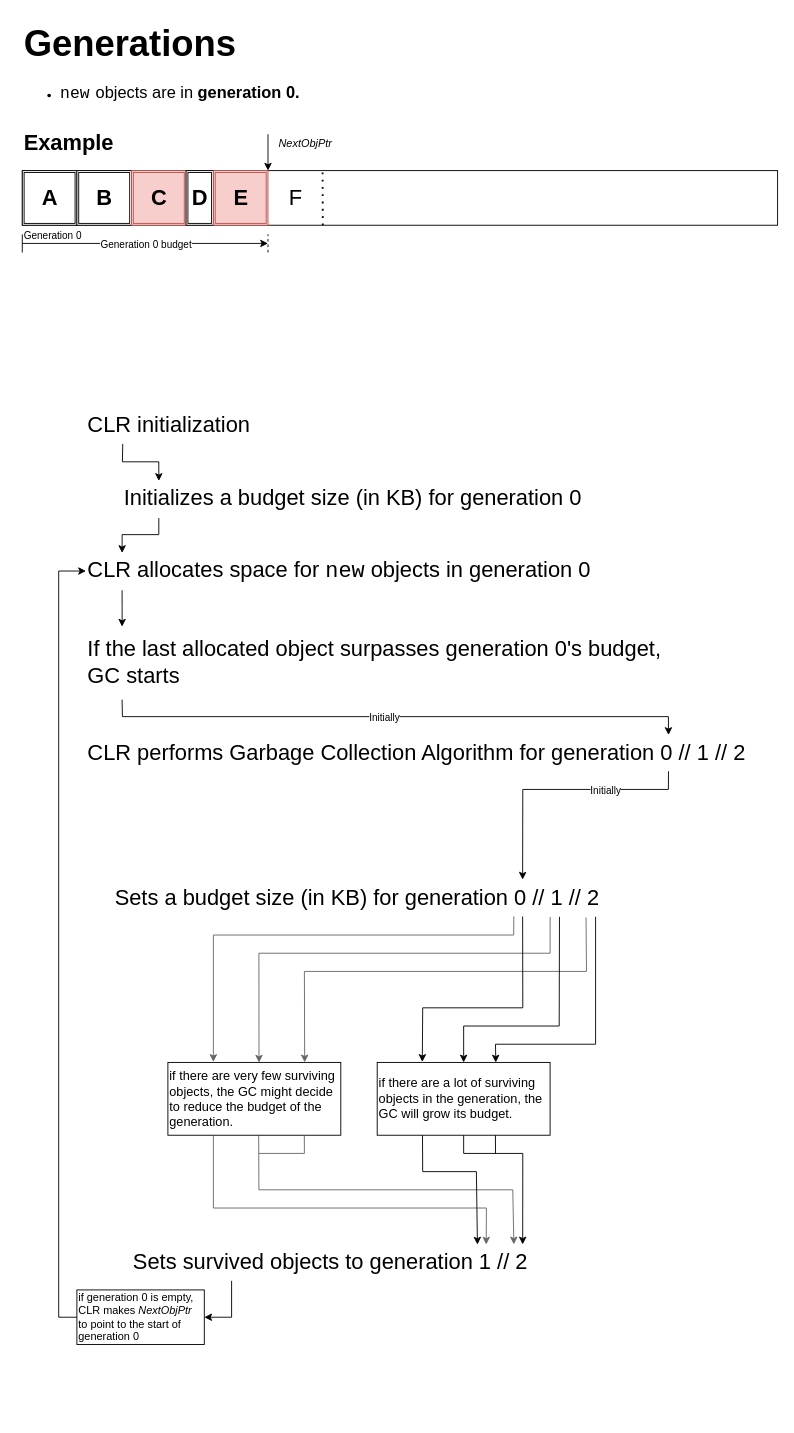
The draw.io diagram GarbageCollectionBasics/Garbage_Colletor_Generations.drawio in Aren-Step/CSharpBasics, before the edit. Source tidied: cells renumbered, new cells numbered last; positions are measured from the earlier drawing's top-left corner, leaving out a move shared by most shapes. Both pictures are drawn from the tidied source at 91%, with x=0, y=0 at pixel (22, 15).
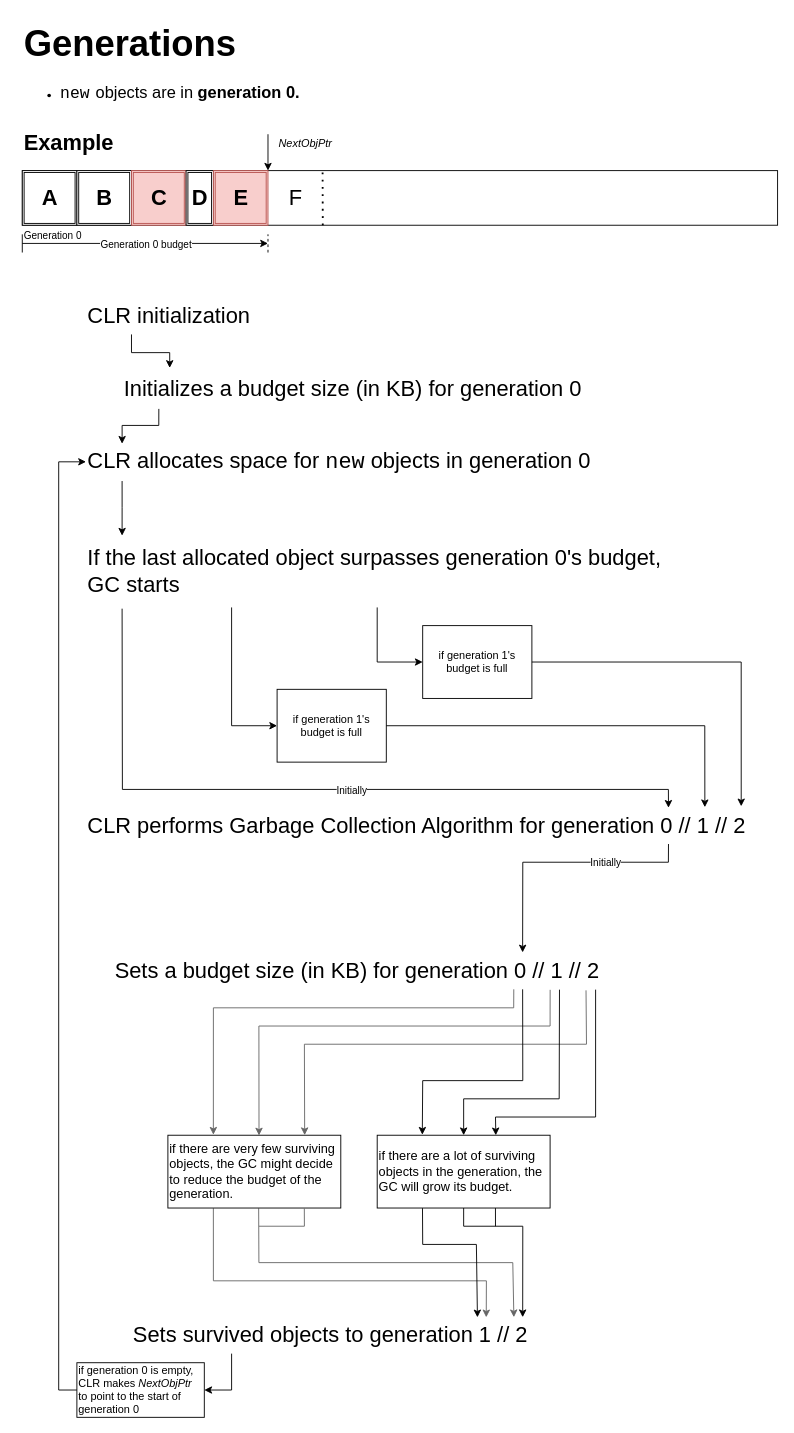
The same page after the edit.

Commit message:
completed garbage collection generations design

The edit, as a diff of the source:
```diff
@@
     <mxCell id="2" style="endArrow=classic;html=1;rounded=0;exitX=0.263;exitY=1.003;exitDx=0;exitDy=0;exitPerimeter=0;fillColor=#f5f5f5;strokeColor=#666666;entryX=0.886;entryY=0.003;entryDx=0;entryDy=0;entryPerimeter=0;" parent="1" edge="1" source="37" target="35">
       <mxGeometry relative="1" as="geometry">
         <Array as="points">
-          <mxPoint x="210" y="1310" />
-          <mxPoint x="510" y="1310" />
+          <mxPoint x="210" y="1390" />
+          <mxPoint x="510" y="1390" />
         </Array>
       </mxGeometry>
     </mxCell>
     <mxCell id="3" style="endArrow=classic;html=1;rounded=0;exitX=0.525;exitY=1.004;exitDx=0;exitDy=0;exitPerimeter=0;entryX=0.955;entryY=0;entryDx=0;entryDy=0;entryPerimeter=0;fillColor=#f5f5f5;strokeColor=#666666;" parent="1" edge="1" source="37" target="35">
       <mxGeometry relative="1" as="geometry">
         <Array as="points">
-          <mxPoint x="260" y="1290" />
-          <mxPoint x="539" y="1290" />
+          <mxPoint x="260" y="1370" />
+          <mxPoint x="539" y="1370" />
         </Array>
       </mxGeometry>
     </mxCell>
     <mxCell id="4" style="endArrow=classic;html=1;rounded=0;entryX=0.791;entryY=-0.001;entryDx=0;entryDy=0;entryPerimeter=0;exitX=0.962;exitY=1.02;exitDx=0;exitDy=0;exitPerimeter=0;fillColor=#f5f5f5;strokeColor=#666666;" parent="1" edge="1" source="30" target="37">
       <mxGeometry relative="1" as="geometry">
         <Array as="points">
-          <mxPoint x="620" y="1050" />
-          <mxPoint x="310" y="1050" />
+          <mxPoint x="620" y="1130" />
+          <mxPoint x="310" y="1130" />
         </Array>
       </mxGeometry>
     </mxCell>
     <mxCell id="5" style="endArrow=classic;html=1;rounded=0;entryX=0.527;entryY=0.003;entryDx=0;entryDy=0;entryPerimeter=0;exitX=0.889;exitY=1.006;exitDx=0;exitDy=0;exitPerimeter=0;fillColor=#f5f5f5;strokeColor=#666666;" parent="1" edge="1" source="30" target="37">
       <mxGeometry relative="1" as="geometry">
         <Array as="points">
-          <mxPoint x="580" y="1030" />
-          <mxPoint x="260" y="1030" />
+          <mxPoint x="580" y="1110" />
+          <mxPoint x="260" y="1110" />
         </Array>
       </mxGeometry>
     </mxCell>
@@
     <mxCell id="29" value="CLR initialization" style="text;strokeColor=none;fillColor=none;html=1;fontSize=24;fontStyle=0;verticalAlign=middle;align=left;" parent="1" vertex="1">
-      <mxGeometry x="70" y="430" width="200" height="40" as="geometry" />
+      <mxGeometry x="70" y="310" width="200" height="40" as="geometry" />
     </mxCell>
     <mxCell id="30" value="Sets a budget size (in KB) for generation 0 // 1 // 2" style="text;strokeColor=none;fillColor=none;html=1;fontSize=24;fontStyle=0;verticalAlign=middle;align=left;" parent="1" vertex="1">
-      <mxGeometry x="100" y="950" width="540" height="40" as="geometry" />
+      <mxGeometry x="100" y="1030" width="540" height="40" as="geometry" />
     </mxCell>
     <mxCell id="31" value="CLR allocates space for &lt;font face=&quot;Courier New&quot;&gt;new&lt;/font&gt;&lt;font face=&quot;Helvetica&quot;&gt; objects in generation 0&lt;/font&gt;" style="text;strokeColor=none;fillColor=none;html=1;fontSize=24;fontStyle=0;verticalAlign=middle;align=left;" parent="1" vertex="1">
-      <mxGeometry x="70" y="590" width="640" height="40" as="geometry" />
+      <mxGeometry x="70" y="470" width="640" height="40" as="geometry" />
     </mxCell>
     <mxCell id="32" value="&lt;div&gt;If the last allocated object surpasses generation 0's budget,&amp;nbsp;&lt;/div&gt;&lt;div&gt;GC starts&lt;/div&gt;" style="text;strokeColor=none;fillColor=none;html=1;fontSize=24;fontStyle=0;verticalAlign=middle;align=left;" parent="1" vertex="1">
-      <mxGeometry x="70" y="670" width="640" height="80" as="geometry" />
+      <mxGeometry x="70" y="570" width="640" height="80" as="geometry" />
     </mxCell>
     <mxCell id="33" value="CLR performs Garbage Collection Algorithm for generation 0 // 1 // 2" style="text;strokeColor=none;fillColor=none;html=1;fontSize=24;fontStyle=0;verticalAlign=middle;align=left;" parent="1" vertex="1">
-      <mxGeometry x="70" y="790" width="740" height="40" as="geometry" />
+      <mxGeometry x="70" y="870" width="740" height="40" as="geometry" />
     </mxCell>
@@
     <mxCell id="35" value="Sets survived objects to generation 1 // 2" style="text;strokeColor=none;fillColor=none;html=1;fontSize=24;fontStyle=0;verticalAlign=middle;align=left;" parent="1" vertex="1">
-      <mxGeometry x="120" y="1350" width="440" height="40" as="geometry" />
+      <mxGeometry x="120" y="1430" width="440" height="40" as="geometry" />
     </mxCell>
-    <mxCell id="36" style="endArrow=classic;html=1;rounded=0;exitX=0.202;exitY=1.007;exitDx=0;exitDy=0;entryX=0.077;entryY=0.025;entryDx=0;entryDy=0;exitPerimeter=0;entryPerimeter=0;" parent="1" edge="1" source="29" target="40">
-      <mxGeometry relative="1" as="geometry">
-        <Array as="points">
-          <mxPoint x="110" y="490" />
-          <mxPoint x="150" y="490" />
-        </Array>
-      </mxGeometry>
-    </mxCell>
     <mxCell id="37" value="&lt;div&gt;&lt;font&gt;if there are very few surviving objects, the GC might decide to reduce the budget of the generation.&lt;/font&gt;&lt;/div&gt;" style="whiteSpace=wrap;html=1;verticalAlign=middle;align=left;fontSize=14;" parent="1" vertex="1">
-      <mxGeometry x="160" y="1150" width="190" height="80" as="geometry" />
+      <mxGeometry x="160" y="1230" width="190" height="80" as="geometry" />
     </mxCell>
     <mxCell id="38" value="&lt;div&gt;&lt;font&gt;if there are a lot of surviving objects in the generation, the GC will grow its budget.&lt;/font&gt;&lt;/div&gt;" style="whiteSpace=wrap;html=1;verticalAlign=middle;align=left;fontSize=14;" parent="1" vertex="1">
-      <mxGeometry x="390" y="1150" width="190" height="80" as="geometry" />
+      <mxGeometry x="390" y="1230" width="190" height="80" as="geometry" />
     </mxCell>
@@
     <mxCell id="40" value="Initializes a budget size (in KB) for generation 0" style="text;strokeColor=none;fillColor=none;html=1;fontSize=24;fontStyle=0;verticalAlign=middle;align=left;" parent="1" vertex="1">
-      <mxGeometry x="110" y="510" width="520" height="40" as="geometry" />
+      <mxGeometry x="110" y="390" width="520" height="40" as="geometry" />
     </mxCell>
@@
     <mxCell id="42" style="endArrow=classic;html=1;rounded=0;exitX=0.062;exitY=1.017;exitDx=0;exitDy=0;exitPerimeter=0;entryX=0.865;entryY=0.004;entryDx=0;entryDy=0;entryPerimeter=0;" parent="1" edge="1" source="32" target="33">
       <mxGeometry relative="1" as="geometry">
         <Array as="points">
-          <mxPoint x="110" y="770" />
-          <mxPoint x="710" y="770" />
+          <mxPoint x="110" y="850" />
+          <mxPoint x="710" y="850" />
         </Array>
       </mxGeometry>
     </mxCell>
@@
     <mxCell id="44" style="endArrow=classic;html=1;rounded=0;exitX=0.865;exitY=1;exitDx=0;exitDy=0;exitPerimeter=0;entryX=0.833;entryY=-0.022;entryDx=0;entryDy=0;entryPerimeter=0;" parent="1" edge="1" source="33" target="30">
       <mxGeometry relative="1" as="geometry">
         <Array as="points">
-          <mxPoint x="710" y="850" />
-          <mxPoint x="550" y="850" />
+          <mxPoint x="710" y="930" />
+          <mxPoint x="550" y="930" />
         </Array>
       </mxGeometry>
     </mxCell>
@@
     <mxCell id="46" style="endArrow=classic;html=1;rounded=0;entryX=0.261;entryY=-0.007;entryDx=0;entryDy=0;entryPerimeter=0;exitX=0.833;exitY=0.991;exitDx=0;exitDy=0;exitPerimeter=0;" parent="1" edge="1" source="30" target="38">
       <mxGeometry relative="1" as="geometry">
         <Array as="points">
-          <mxPoint x="550" y="1090" />
-          <mxPoint x="440" y="1090" />
+          <mxPoint x="550" y="1170" />
+          <mxPoint x="440" y="1170" />
         </Array>
       </mxGeometry>
     </mxCell>
     <mxCell id="47" style="endArrow=classic;html=1;rounded=0;entryX=0.5;entryY=0;entryDx=0;entryDy=0;exitX=0.908;exitY=1.001;exitDx=0;exitDy=0;exitPerimeter=0;" parent="1" edge="1" source="30" target="38">
       <mxGeometry relative="1" as="geometry">
         <Array as="points">
-          <mxPoint x="590" y="1110" />
-          <mxPoint x="485" y="1110" />
+          <mxPoint x="590" y="1190" />
+          <mxPoint x="485" y="1190" />
         </Array>
       </mxGeometry>
     </mxCell>
     <mxCell id="48" style="endArrow=classic;html=1;rounded=0;entryX=0.686;entryY=0.001;entryDx=0;entryDy=0;entryPerimeter=0;" parent="1" edge="1" target="38">
       <mxGeometry relative="1" as="geometry">
-        <mxPoint x="630" y="990" as="sourcePoint" />
+        <mxPoint x="630" y="1070" as="sourcePoint" />
         <Array as="points">
-          <mxPoint x="630" y="1130" />
-          <mxPoint x="520" y="1130" />
+          <mxPoint x="630" y="1210" />
+          <mxPoint x="520" y="1210" />
         </Array>
       </mxGeometry>
     </mxCell>
     <mxCell id="49" style="endArrow=classic;html=1;rounded=0;entryX=0.263;entryY=-0.007;entryDx=0;entryDy=0;entryPerimeter=0;exitX=0.815;exitY=0.991;exitDx=0;exitDy=0;exitPerimeter=0;fillColor=#f5f5f5;strokeColor=#666666;" parent="1" edge="1" source="30" target="37">
       <mxGeometry relative="1" as="geometry">
         <Array as="points">
-          <mxPoint x="540" y="1010" />
-          <mxPoint x="210" y="1010" />
+          <mxPoint x="540" y="1090" />
+          <mxPoint x="210" y="1090" />
         </Array>
       </mxGeometry>
     </mxCell>
     <mxCell id="50" style="endArrow=none;html=1;rounded=0;entryX=0.789;entryY=1.005;entryDx=0;entryDy=0;entryPerimeter=0;fillColor=#f5f5f5;strokeColor=#666666;" parent="1" edge="1" target="37">
       <mxGeometry relative="1" as="geometry">
-        <mxPoint x="260" y="1250" as="sourcePoint" />
+        <mxPoint x="260" y="1330" as="sourcePoint" />
         <Array as="points">
-          <mxPoint x="310" y="1250" />
+          <mxPoint x="310" y="1330" />
         </Array>
       </mxGeometry>
     </mxCell>
     <mxCell id="51" style="endArrow=classic;html=1;rounded=0;exitX=0.5;exitY=1;exitDx=0;exitDy=0;entryX=0.977;entryY=0;entryDx=0;entryDy=0;entryPerimeter=0;" parent="1" edge="1" source="38" target="35">
       <mxGeometry relative="1" as="geometry">
         <Array as="points">
-          <mxPoint x="485" y="1250" />
-          <mxPoint x="550" y="1250" />
+          <mxPoint x="485" y="1330" />
+          <mxPoint x="550" y="1330" />
         </Array>
       </mxGeometry>
     </mxCell>
     <mxCell id="52" style="endArrow=none;html=1;rounded=0;entryX=0.684;entryY=1.001;entryDx=0;entryDy=0;entryPerimeter=0;" parent="1" edge="1" target="38">
       <mxGeometry relative="1" as="geometry">
-        <mxPoint x="520" y="1250" as="sourcePoint" />
+        <mxPoint x="520" y="1330" as="sourcePoint" />
       </mxGeometry>
     </mxCell>
     <mxCell id="53" style="endArrow=classic;html=1;rounded=0;exitX=0.262;exitY=1.002;exitDx=0;exitDy=0;exitPerimeter=0;entryX=0.864;entryY=0.004;entryDx=0;entryDy=0;entryPerimeter=0;" parent="1" edge="1" source="38" target="35">
       <mxGeometry relative="1" as="geometry">
         <Array as="points">
-          <mxPoint x="440" y="1270" />
-          <mxPoint x="499" y="1270" />
+          <mxPoint x="440" y="1350" />
+          <mxPoint x="499" y="1350" />
         </Array>
       </mxGeometry>
     </mxCell>
     <mxCell id="54" value="if generation 0 is empty, CLR makes &lt;i&gt;NextObjPtr &lt;/i&gt;to point to the start of generation 0" style="rounded=0;whiteSpace=wrap;html=1;align=left;" parent="1" vertex="1">
-      <mxGeometry x="60" y="1400" width="140" height="60" as="geometry" />
+      <mxGeometry x="60" y="1480" width="140" height="60" as="geometry" />
     </mxCell>
     <mxCell id="55" style="endArrow=classic;html=1;rounded=0;entryX=0;entryY=0.5;entryDx=0;entryDy=0;exitX=0;exitY=0.5;exitDx=0;exitDy=0;" parent="1" edge="1" source="54" target="31">
       <mxGeometry relative="1" as="geometry">
         <Array as="points">
-          <mxPoint x="40" y="1430" />
-          <mxPoint x="40" y="610" />
+          <mxPoint x="40" y="1510" />
+          <mxPoint x="40" y="490" />
         </Array>
       </mxGeometry>
     </mxCell>
+    <mxCell id="36" style="edgeStyle=orthogonalEdgeStyle;rounded=0;jettySize=auto;html=1;exitX=0.25;exitY=1;exitDx=0;exitDy=0;entryX=0.1;entryY=-0.079;entryDx=0;entryDy=0;entryPerimeter=0;" parent="1" edge="1" source="29" target="40">
+      <mxGeometry relative="1" as="geometry" />
+    </mxCell>
+    <mxCell id="56" value="if generation 1's budget is full" style="rounded=0;whiteSpace=wrap;html=1;" parent="1" vertex="1">
+      <mxGeometry x="280" y="740" width="120" height="80" as="geometry" />
+    </mxCell>
+    <mxCell id="57" style="endArrow=classic;html=1;rounded=0;exitX=0.25;exitY=1;exitDx=0;exitDy=0;entryX=0;entryY=0.5;entryDx=0;entryDy=0;" parent="1" edge="1" source="32" target="56">
+      <mxGeometry relative="1" as="geometry">
+        <Array as="points">
+          <mxPoint x="230" y="780" />
+        </Array>
+      </mxGeometry>
+    </mxCell>
+    <mxCell id="58" style="endArrow=classic;html=1;rounded=0;exitX=1;exitY=0.5;exitDx=0;exitDy=0;entryX=0.919;entryY=-0.011;entryDx=0;entryDy=0;entryPerimeter=0;" parent="1" edge="1" source="56" target="33">
+      <mxGeometry relative="1" as="geometry">
+        <Array as="points">
+          <mxPoint x="750" y="780" />
+        </Array>
+      </mxGeometry>
+    </mxCell>
+    <mxCell id="59" style="endArrow=classic;html=1;rounded=0;exitX=0.5;exitY=1;exitDx=0;exitDy=0;" parent="1" edge="1" source="32">
+      <mxGeometry relative="1" as="geometry">
+        <mxPoint x="440" y="710" as="targetPoint" />
+        <Array as="points">
+          <mxPoint x="390" y="710" />
+        </Array>
+      </mxGeometry>
+    </mxCell>
+    <mxCell id="60" value="if generation 1's budget is full" style="rounded=0;whiteSpace=wrap;html=1;" parent="1" vertex="1">
+      <mxGeometry x="440" y="670" width="120" height="80" as="geometry" />
+    </mxCell>
+    <mxCell id="61" style="endArrow=classic;html=1;rounded=0;exitX=1;exitY=0.5;exitDx=0;exitDy=0;entryX=0.973;entryY=-0.036;entryDx=0;entryDy=0;entryPerimeter=0;" parent="1" edge="1" source="60" target="33">
+      <mxGeometry relative="1" as="geometry">
+        <Array as="points">
+          <mxPoint x="790" y="710" />
+        </Array>
+      </mxGeometry>
+    </mxCell>
```
